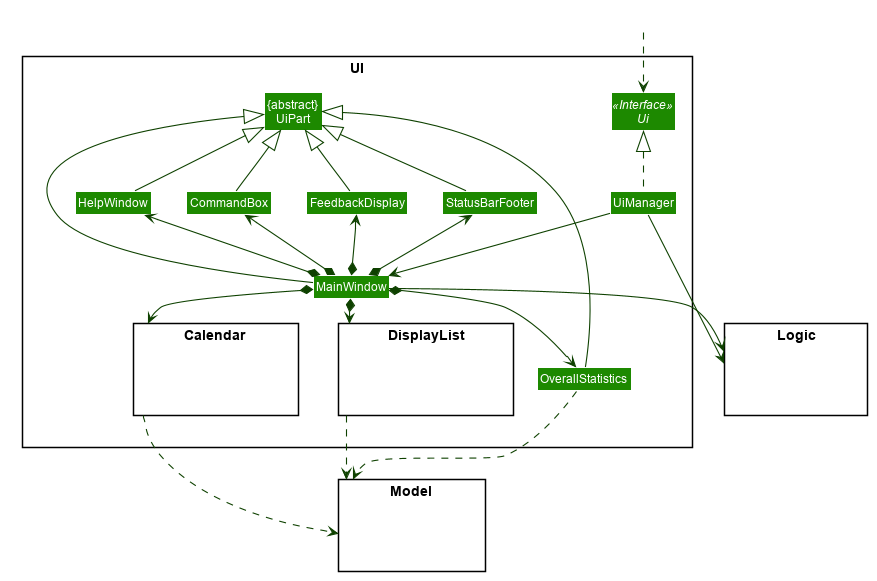
umaikaze/main keeps this PlantUML diagram as docs/images/dev-guide/UiClassDiagram.png. Above is the earlier version.
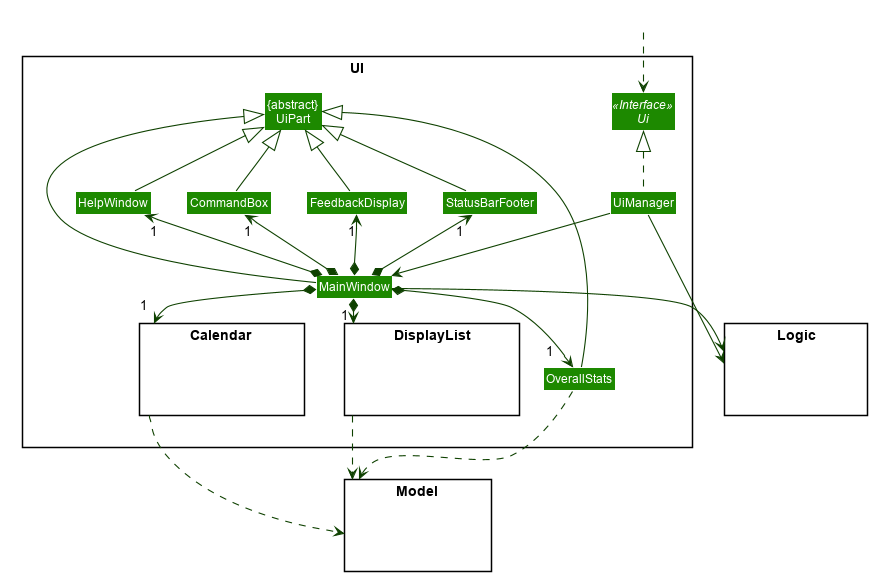
The same diagram one commit later.

What changed in the source:
```diff
@@ -62,8 +62,7 @@
 Class CommandBox
 Class HelpWindow
 
-Class OverallStatistics
-
+Class OverallStats
 
 package Calendar <<Rectangle>> {
 Class HiddenCalendar #FFFFFF
@@ -92,10 +91,10 @@
 UiManager --> Logic
 MainWindow -down-> Logic
 
-MainWindow *-up-> StatusBarFooter
-MainWindow *-up-> FeedbackDisplay
-MainWindow *-up-> CommandBox
-MainWindow *-up-> HelpWindow
+MainWindow *-up-> "1" StatusBarFooter
+MainWindow *-up-> "1" FeedbackDisplay
+MainWindow *-up-> "1" CommandBox
+MainWindow *-up-> "1" HelpWindow
 
 MainWindow -up-|> UiPart
 StatusBarFooter -up-|> UiPart
@@ -104,16 +103,13 @@
 HelpWindow -up-|> UiPart
 
 
-MainWindow *--> OverallStatistics
-OverallStatistics .down.> Model
-OverallStatistics -up-|> UiPart
+MainWindow *--> "1   " OverallStats
+OverallStats .down.> Model
+OverallStats -up-|> UiPart
 
-MainWindow *--> DisplayList
+MainWindow "1 " *--> DisplayList
 DisplayList ..> Model
 
-
-
-
-MainWindow *--> Calendar
+MainWindow *--> "1\n\n\n\n" Calendar
 Calendar ..> Model
 @enduml
```
